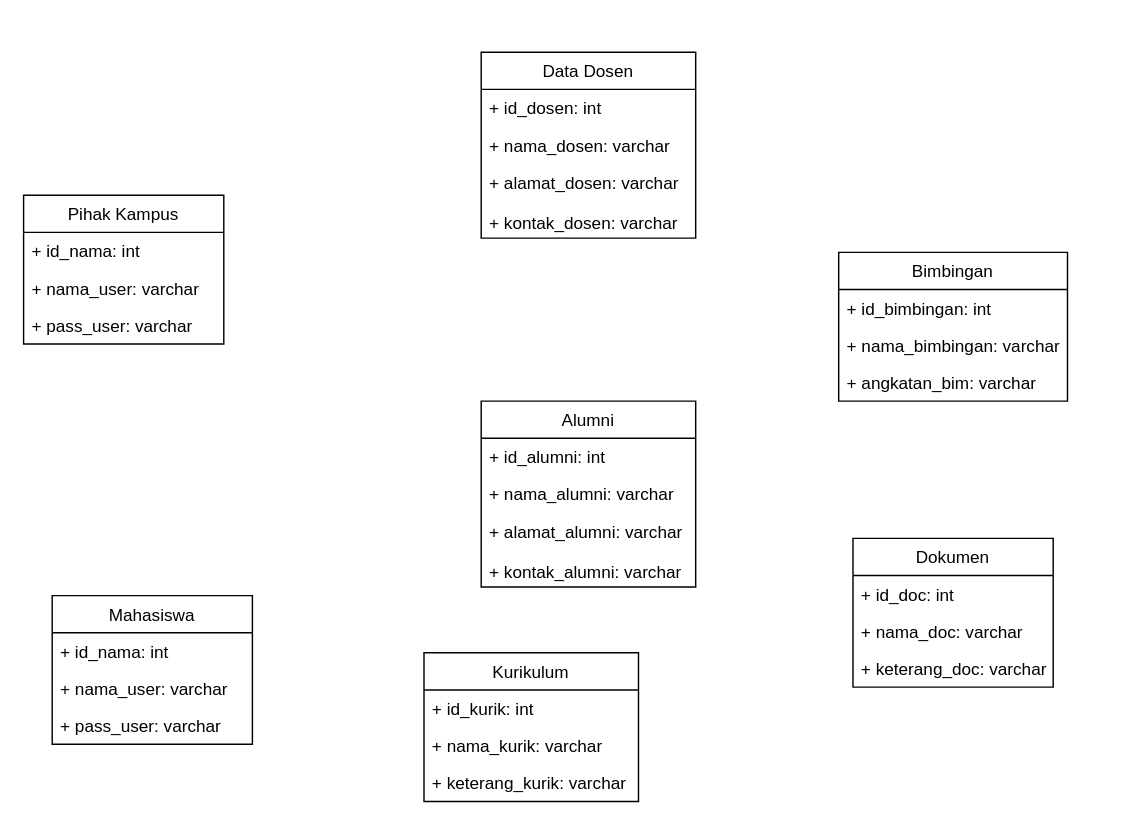
This is class Diagram si.drawio from ratihpn99/rpn, a draw.io file, before an edit. Source tidied: cells renumbered, new cells numbered last; positions are measured from the earlier drawing's top-left corner, leaving out a move shared by most shapes. Both pictures are drawn from the tidied source at 143%, with x=0, y=0 at pixel (23, 51).
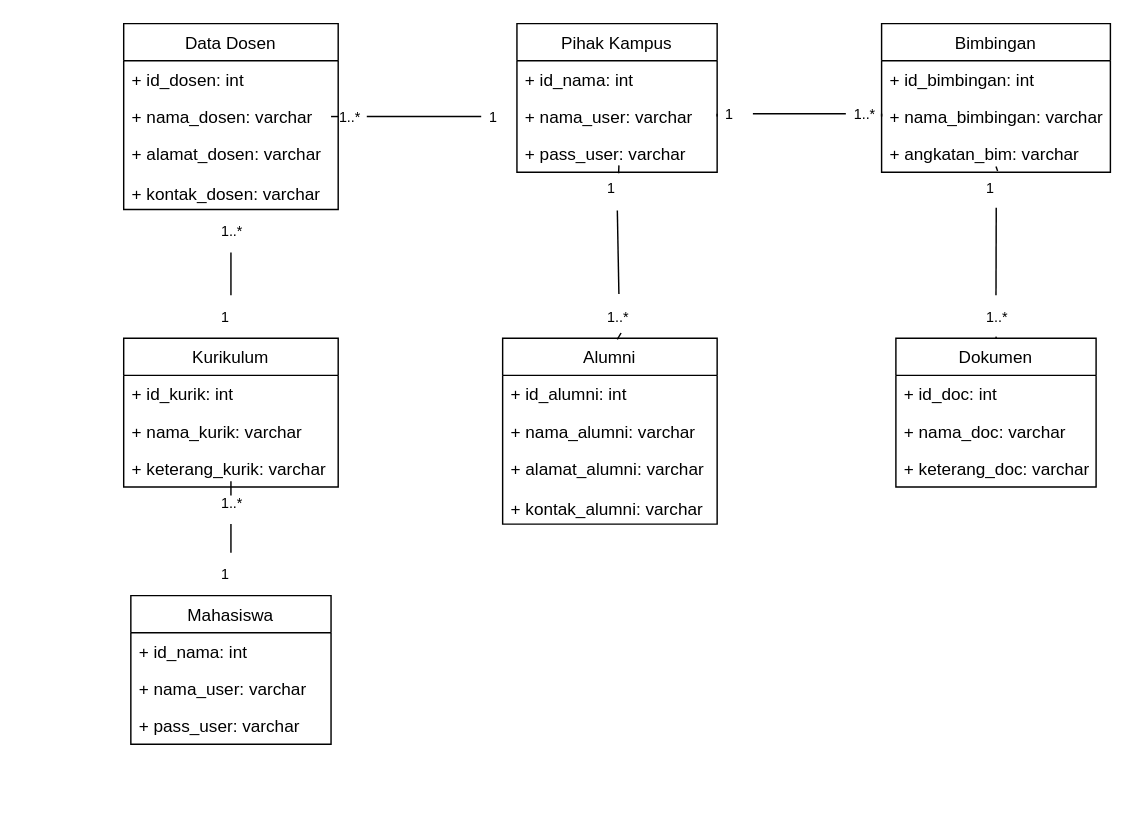
Above is the later version.

Unchanged cells that the change refers to:
```xml
<mxCell id="4" value="+ nama_user: varchar" style="text;strokeColor=none;fillColor=none;align=left;verticalAlign=top;spacingLeft=4;spacingRight=4;overflow=hidden;points=[[0,0.5],[1,0.5]];portConstraint=eastwest;" parent="2" vertex="1">
  <mxGeometry y="52" width="140" height="26" as="geometry" />
</mxCell>
<mxCell id="5" value="+ pass_user: varchar" style="text;strokeColor=none;fillColor=none;align=left;verticalAlign=top;spacingLeft=4;spacingRight=4;overflow=hidden;points=[[0,0.5],[1,0.5]];portConstraint=eastwest;" parent="2" vertex="1">
  <mxGeometry y="78" width="140" height="26" as="geometry" />
</mxCell>
<mxCell id="8" value="+ nama_dosen: varchar" style="text;strokeColor=none;fillColor=none;align=left;verticalAlign=top;spacingLeft=4;spacingRight=4;overflow=hidden;points=[[0,0.5],[1,0.5]];portConstraint=eastwest;" parent="6" vertex="1">
  <mxGeometry y="52" width="150" height="26" as="geometry" />
</mxCell>
<mxCell id="12" value="+ nama_bimbingan: varchar" style="text;strokeColor=none;fillColor=none;align=left;verticalAlign=top;spacingLeft=4;spacingRight=4;overflow=hidden;points=[[0,0.5],[1,0.5]];portConstraint=eastwest;" parent="10" vertex="1">
  <mxGeometry y="52" width="160" height="26" as="geometry" />
</mxCell>
<mxCell id="13" value="+ angkatan_bim: varchar" style="text;strokeColor=none;fillColor=none;align=left;verticalAlign=top;spacingLeft=4;spacingRight=4;overflow=hidden;points=[[0,0.5],[1,0.5]];portConstraint=eastwest;" parent="10" vertex="1">
  <mxGeometry y="78" width="160" height="26" as="geometry" />
</mxCell>
```

The edit, as a diff of the source:
```diff
@@
     <mxCell id="2" value="Pihak Kampus" style="swimlane;fontStyle=0;horizontal=1;startSize=26;fillColor=none;" parent="1" vertex="1">
-      <mxGeometry y="100" width="140" height="104" as="geometry" />
+      <mxGeometry x="345" y="-20" width="140" height="104" as="geometry" />
     </mxCell>
@@
     <mxCell id="6" value="Data Dosen" style="swimlane;fontStyle=0;horizontal=1;startSize=26;fillColor=none;" parent="1" vertex="1">
-      <mxGeometry x="320" width="150" height="130" as="geometry" />
+      <mxGeometry x="70" y="-20" width="150" height="130" as="geometry" />
     </mxCell>
@@
     <mxCell id="10" value="Bimbingan" style="swimlane;fontStyle=0;horizontal=1;startSize=26;fillColor=none;" parent="1" vertex="1">
-      <mxGeometry x="570" y="140" width="160" height="104" as="geometry" />
+      <mxGeometry x="600" y="-20" width="160" height="104" as="geometry" />
     </mxCell>
@@
     <mxCell id="14" value="Dokumen" style="swimlane;fontStyle=0;horizontal=1;startSize=26;fillColor=none;" parent="1" vertex="1">
-      <mxGeometry x="580" y="340" width="140" height="104" as="geometry" />
+      <mxGeometry x="610" y="200" width="140" height="104" as="geometry" />
     </mxCell>
@@
     <mxCell id="18" value="Kurikulum" style="swimlane;fontStyle=0;horizontal=1;startSize=26;fillColor=none;" parent="1" vertex="1">
-      <mxGeometry x="280" y="420" width="150" height="104" as="geometry" />
+      <mxGeometry x="70" y="200" width="150" height="104" as="geometry" />
     </mxCell>
@@
     <mxCell id="22" value="Mahasiswa" style="swimlane;fontStyle=0;horizontal=1;startSize=26;fillColor=none;" parent="1" vertex="1">
-      <mxGeometry x="20" y="380" width="140" height="104" as="geometry" />
+      <mxGeometry x="75" y="380" width="140" height="104" as="geometry" />
     </mxCell>
@@
     <mxCell id="26" value="Alumni" style="swimlane;fontStyle=0;horizontal=1;startSize=26;fillColor=none;" parent="1" vertex="1">
-      <mxGeometry x="320" y="244" width="150" height="130" as="geometry" />
+      <mxGeometry x="335" y="200" width="150" height="130" as="geometry" />
     </mxCell>
@@
+    <mxCell id="30" style="endArrow=none;html=1;rounded=0;exitX=1;exitY=0.5;exitDx=0;exitDy=0;entryX=0;entryY=0.5;entryDx=0;entryDy=0;startArrow=none;" parent="1" edge="1" source="52" target="4">
+      <mxGeometry relative="1" as="geometry" />
+    </mxCell>
+    <mxCell id="31" style="endArrow=none;html=1;rounded=0;entryX=0;entryY=0.5;entryDx=0;entryDy=0;exitX=1;exitY=0.5;exitDx=0;exitDy=0;startArrow=none;" parent="1" edge="1" source="40" target="12">
+      <mxGeometry relative="1" as="geometry" />
+    </mxCell>
+    <mxCell id="32" style="endArrow=none;html=1;rounded=0;entryX=0.508;entryY=1.026;entryDx=0;entryDy=0;entryPerimeter=0;exitX=0.552;exitY=-0.028;exitDx=0;exitDy=0;exitPerimeter=0;startArrow=none;" parent="1" edge="1" source="48" target="5">
+      <mxGeometry relative="1" as="geometry" />
+    </mxCell>
+    <mxCell id="33" style="endArrow=none;html=1;rounded=0;exitX=0.5;exitY=0;exitDx=0;exitDy=0;entryX=0.507;entryY=0.962;entryDx=0;entryDy=0;entryPerimeter=0;startArrow=none;" parent="1" edge="1" source="58" target="13">
+      <mxGeometry relative="1" as="geometry" />
+    </mxCell>
+    <mxCell id="34" style="endArrow=none;html=1;rounded=0;exitX=0.5;exitY=0;exitDx=0;exitDy=0;startArrow=none;" parent="1" edge="1" source="44">
+      <mxGeometry relative="1" as="geometry">
+        <mxPoint x="145" y="110" as="targetPoint" />
+      </mxGeometry>
+    </mxCell>
+    <mxCell id="35" style="endArrow=none;html=1;rounded=0;exitX=0.5;exitY=0;exitDx=0;exitDy=0;startArrow=none;" parent="1" edge="1" source="42">
+      <mxGeometry relative="1" as="geometry">
+        <mxPoint x="145" y="310" as="targetPoint" />
+      </mxGeometry>
+    </mxCell>
+    <mxCell id="36" value="1..*" style="text;strokeColor=none;fillColor=none;align=left;verticalAlign=middle;spacingLeft=4;spacingRight=4;overflow=hidden;points=[[0,0.5],[1,0.5]];portConstraint=eastwest;fontSize=10;" parent="1" vertex="1">
+      <mxGeometry x="215" y="30" width="25" height="30" as="geometry" />
+    </mxCell>
+    <mxCell id="37" style="endArrow=none;html=1;rounded=0;exitX=1;exitY=0.5;exitDx=0;exitDy=0;entryX=0;entryY=0.5;entryDx=0;entryDy=0;" parent="1" edge="1" source="8" target="36">
+      <mxGeometry relative="1" as="geometry" />
+    </mxCell>
+    <mxCell id="38" value="1..*" style="text;strokeColor=none;fillColor=none;align=left;verticalAlign=middle;spacingLeft=4;spacingRight=4;overflow=hidden;points=[[0,0.5],[1,0.5]];portConstraint=eastwest;fontSize=10;" parent="1" vertex="1">
+      <mxGeometry x="402.5" y="170" width="25" height="30" as="geometry" />
+    </mxCell>
+    <mxCell id="39" style="endArrow=none;html=1;rounded=0;entryX=0.508;entryY=1.026;entryDx=0;entryDy=0;entryPerimeter=0;exitX=0.552;exitY=-0.028;exitDx=0;exitDy=0;exitPerimeter=0;" parent="1" edge="1" source="26" target="38">
+      <mxGeometry relative="1" as="geometry" />
+    </mxCell>
+    <mxCell id="40" value="1..*" style="text;strokeColor=none;fillColor=none;align=left;verticalAlign=middle;spacingLeft=4;spacingRight=4;overflow=hidden;points=[[0,0.5],[1,0.5]];portConstraint=eastwest;fontSize=10;" parent="1" vertex="1">
+      <mxGeometry x="575" y="28" width="25" height="30" as="geometry" />
+    </mxCell>
+    <mxCell id="41" style="endArrow=none;html=1;rounded=0;entryX=0;entryY=0.5;entryDx=0;entryDy=0;startArrow=none;exitX=1;exitY=0.5;exitDx=0;exitDy=0;" parent="1" edge="1" source="50" target="40">
+      <mxGeometry relative="1" as="geometry" />
+    </mxCell>
+    <mxCell id="42" value="1..*" style="text;strokeColor=none;fillColor=none;align=left;verticalAlign=middle;spacingLeft=4;spacingRight=4;overflow=hidden;points=[[0,0.5],[1,0.5]];portConstraint=eastwest;fontSize=10;" parent="1" vertex="1">
+      <mxGeometry x="132.5" y="300" width="25" height="30" as="geometry" />
+    </mxCell>
+    <mxCell id="43" style="endArrow=none;html=1;rounded=0;exitX=0.5;exitY=0;exitDx=0;exitDy=0;startArrow=none;" parent="1" edge="1" source="56" target="42">
+      <mxGeometry relative="1" as="geometry" />
+    </mxCell>
+    <mxCell id="44" value="1..*" style="text;strokeColor=none;fillColor=none;align=left;verticalAlign=middle;spacingLeft=4;spacingRight=4;overflow=hidden;points=[[0,0.5],[1,0.5]];portConstraint=eastwest;fontSize=10;" parent="1" vertex="1">
+      <mxGeometry x="132.5" y="110" width="25" height="30" as="geometry" />
+    </mxCell>
+    <mxCell id="45" style="endArrow=none;html=1;rounded=0;exitX=0.5;exitY=0;exitDx=0;exitDy=0;startArrow=none;" parent="1" edge="1" source="54" target="44">
+      <mxGeometry relative="1" as="geometry" />
+    </mxCell>
+    <mxCell id="46" value="1..*" style="text;strokeColor=none;fillColor=none;align=left;verticalAlign=middle;spacingLeft=4;spacingRight=4;overflow=hidden;points=[[0,0.5],[1,0.5]];portConstraint=eastwest;fontSize=10;" parent="1" vertex="1">
+      <mxGeometry x="667.5" y="170" width="25" height="30" as="geometry" />
+    </mxCell>
+    <mxCell id="47" style="endArrow=none;html=1;rounded=0;exitX=0.5;exitY=0;exitDx=0;exitDy=0;entryX=0.507;entryY=0.962;entryDx=0;entryDy=0;entryPerimeter=0;" parent="1" edge="1" source="14" target="46">
+      <mxGeometry relative="1" as="geometry" />
+    </mxCell>
+    <mxCell id="48" value="1" style="text;strokeColor=none;fillColor=none;align=left;verticalAlign=middle;spacingLeft=4;spacingRight=4;overflow=hidden;points=[[0,0.5],[1,0.5]];portConstraint=eastwest;fontSize=10;" parent="1" vertex="1">
+      <mxGeometry x="402.5" y="80" width="25" height="30" as="geometry" />
+    </mxCell>
+    <mxCell id="49" style="endArrow=none;html=1;rounded=0;entryX=0.508;entryY=1.026;entryDx=0;entryDy=0;entryPerimeter=0;exitX=0.552;exitY=-0.028;exitDx=0;exitDy=0;exitPerimeter=0;startArrow=none;" parent="1" edge="1" source="38" target="48">
+      <mxGeometry relative="1" as="geometry" />
+    </mxCell>
+    <mxCell id="50" value="1" style="text;strokeColor=none;fillColor=none;align=left;verticalAlign=middle;spacingLeft=4;spacingRight=4;overflow=hidden;points=[[0,0.5],[1,0.5]];portConstraint=eastwest;fontSize=10;" parent="1" vertex="1">
+      <mxGeometry x="485" y="28" width="25" height="30" as="geometry" />
+    </mxCell>
+    <mxCell id="51" style="endArrow=none;html=1;rounded=0;entryX=0;entryY=0.5;entryDx=0;entryDy=0;exitX=1;exitY=0.5;exitDx=0;exitDy=0;" parent="1" edge="1" source="4" target="50">
+      <mxGeometry relative="1" as="geometry" />
+    </mxCell>
+    <mxCell id="52" value="1" style="text;strokeColor=none;fillColor=none;align=left;verticalAlign=middle;spacingLeft=4;spacingRight=4;overflow=hidden;points=[[0,0.5],[1,0.5]];portConstraint=eastwest;fontSize=10;" parent="1" vertex="1">
+      <mxGeometry x="320" y="30" width="25" height="30" as="geometry" />
+    </mxCell>
+    <mxCell id="53" style="endArrow=none;html=1;rounded=0;exitX=1;exitY=0.5;exitDx=0;exitDy=0;entryX=0;entryY=0.5;entryDx=0;entryDy=0;startArrow=none;" parent="1" edge="1" source="36" target="52">
+      <mxGeometry relative="1" as="geometry" />
+    </mxCell>
+    <mxCell id="54" value="1" style="text;strokeColor=none;fillColor=none;align=left;verticalAlign=middle;spacingLeft=4;spacingRight=4;overflow=hidden;points=[[0,0.5],[1,0.5]];portConstraint=eastwest;fontSize=10;" parent="1" vertex="1">
+      <mxGeometry x="132.5" y="170" width="25" height="30" as="geometry" />
+    </mxCell>
+    <mxCell id="55" style="endArrow=none;html=1;rounded=0;exitX=0.5;exitY=0;exitDx=0;exitDy=0;" parent="1" edge="1" source="18" target="54">
+      <mxGeometry relative="1" as="geometry" />
+    </mxCell>
+    <mxCell id="56" value="1" style="text;strokeColor=none;fillColor=none;align=left;verticalAlign=middle;spacingLeft=4;spacingRight=4;overflow=hidden;points=[[0,0.5],[1,0.5]];portConstraint=eastwest;fontSize=10;" parent="1" vertex="1">
+      <mxGeometry x="132.5" y="350" width="25" height="30" as="geometry" />
+    </mxCell>
+    <mxCell id="57" style="endArrow=none;html=1;rounded=0;exitX=0.5;exitY=0;exitDx=0;exitDy=0;" parent="1" edge="1" source="22" target="56">
+      <mxGeometry relative="1" as="geometry" />
+    </mxCell>
+    <mxCell id="58" value="1" style="text;strokeColor=none;fillColor=none;align=left;verticalAlign=middle;spacingLeft=4;spacingRight=4;overflow=hidden;points=[[0,0.5],[1,0.5]];portConstraint=eastwest;fontSize=10;" parent="1" vertex="1">
+      <mxGeometry x="667.5" y="80" width="25" height="30" as="geometry" />
+    </mxCell>
+    <mxCell id="59" style="endArrow=none;html=1;rounded=0;exitX=0.5;exitY=0;exitDx=0;exitDy=0;entryX=0.507;entryY=0.962;entryDx=0;entryDy=0;entryPerimeter=0;startArrow=none;" parent="1" edge="1" source="46" target="58">
+      <mxGeometry relative="1" as="geometry" />
+    </mxCell>
```
